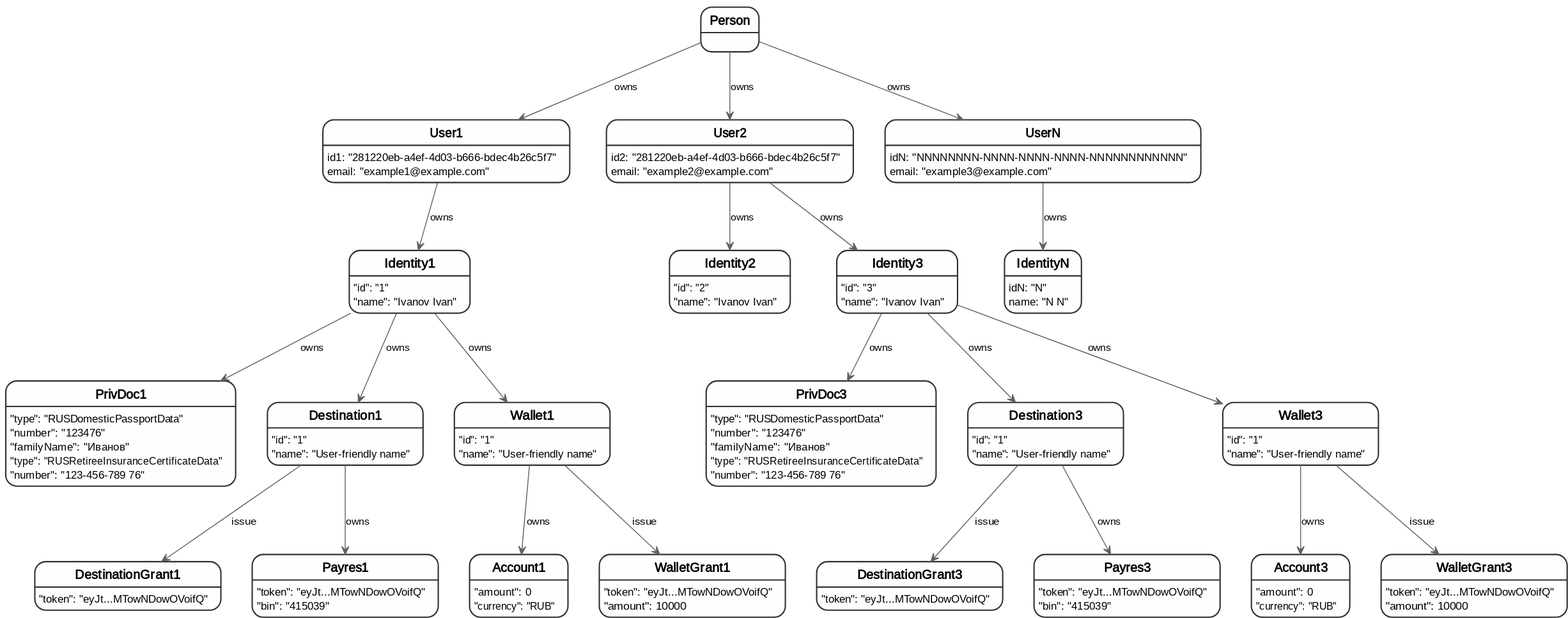
The PlantUML diagram content/wallets/wsd/relations-diagram.svg in rbkmoney/docs, before a commit. Its source is kept beside it as content/wallets/wsd/relations-diagram.wsd.
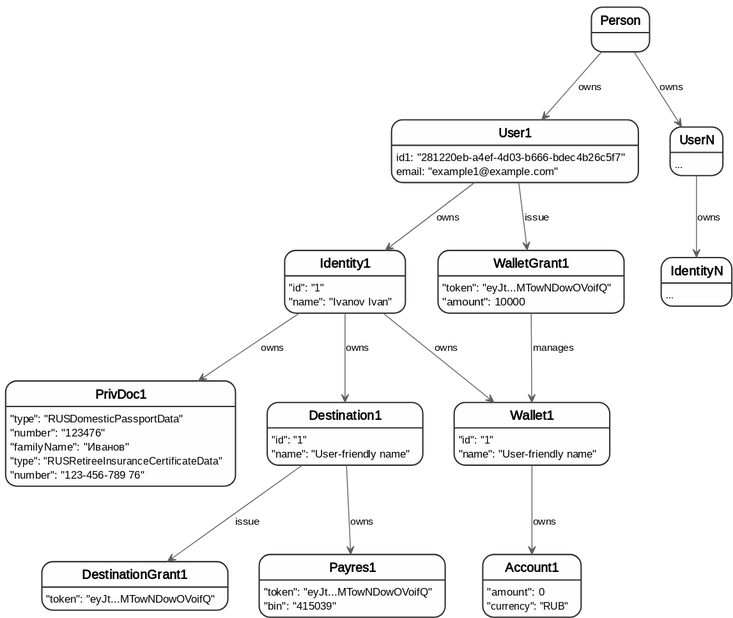
The same file after the commit.

Commit message:
Review WIP - keynfawkes review - identity challenge refactored - WSD simplified - headings translated - IDS API renamed

What changed in the source:
```diff
@@ -2,72 +2,47 @@
 
 !include "plantuml-toolset/super-serious-skin.iwsd"
 
-skinparam State {
-    BackgroundColor<<refunded>>  #ffd54f
-    BackgroundColor<<cancelled>>  #e57373
-    BackgroundColor<<fulfilled>>  #81c784
-}
-
 skinparam GenericArrowFontSize 11
 
 User1 : id1: "281220eb-a4ef-4d03-b666-bdec4b26c5f7"\nemail: "example1@example.com"
-User2 : id2: "281220eb-a4ef-4d03-b666-bdec4b26c5f7"\nemail: "example2@example.com"
-UserN : idN: "NNNNNNNN-NNNN-NNNN-NNNN-NNNNNNNNNNNN"\nemail: "example3@example.com"
+UserN : ...
 
 Person --> User1 : owns
-Person --> User2 : owns
 Person --> UserN : owns
 
 Identity1 : "id": "1"\n"name": "Ivanov Ivan"
-Identity2 : "id": "2"\n"name": "Ivanov Ivan"
-Identity3 : "id": "3"\n"name": "Ivanov Ivan"
-IdentityN : idN: "N"\nname: "N N"
+IdentityN : ...
 
 User1 --> Identity1 : owns
-User2 --> Identity2 : owns
-User2 --> Identity3 : owns
 UserN --> IdentityN : owns
 
 PrivDoc1: "type": "RUSDomesticPassportData"\n"number": "123476"\n"familyName": "Иванов"\n"type": "RUSRetireeInsuranceCertificateData"\n"number": "123-456-789 76"
-PrivDoc3: "type": "RUSDomesticPassportData"\n"number": "123476"\n"familyName": "Иванов"\n"type": "RUSRetireeInsuranceCertificateData"\n"number": "123-456-789 76"
 
 Identity1 --> PrivDoc1: owns
-Identity3 --> PrivDoc3: owns
 
 Destination1: "id": "1"\n"name": "User-friendly name"
-Destination3: "id": "1"\n"name": "User-friendly name"
 
 Identity1 --> Destination1: owns
-Identity3 --> Destination3: owns
 
 DestinationGrant1: "token": "eyJt...MTowNDowOVoifQ"
-DestinationGrant3: "token": "eyJt...MTowNDowOVoifQ"
 
 Payres1: "token": "eyJt...MTowNDowOVoifQ"\n"bin": "415039"
-Payres3: "token": "eyJt...MTowNDowOVoifQ"\n"bin": "415039"
 
 Destination1 --> Payres1: owns
-Destination3 --> Payres3: owns
 
 Destination1 --> DestinationGrant1: issue
-Destination3 --> DestinationGrant3: issue
 
 Wallet1: "id": "1"\n"name": "User-friendly name"
-Wallet3: "id": "1"\n"name": "User-friendly name"
 
 Identity1 --> Wallet1: owns
-Identity3 --> Wallet3: owns
 
 Wallet1 --> Account1: owns
-Wallet3 --> Account3: owns
 
 Account1: "amount": 0\n"currency": "RUB"
-Account3: "amount": 0\n"currency": "RUB"
 
 WalletGrant1: "token": "eyJt...MTowNDowOVoifQ"\n"amount": 10000
-WalletGrant3: "token": "eyJt...MTowNDowOVoifQ"\n"amount": 10000
 
-Wallet1 --> WalletGrant1: issue
-Wallet3 --> WalletGrant3: issue
+User1 --> WalletGrant1: issue
+WalletGrant1 --> Wallet1: manages
 
 @enduml
```
